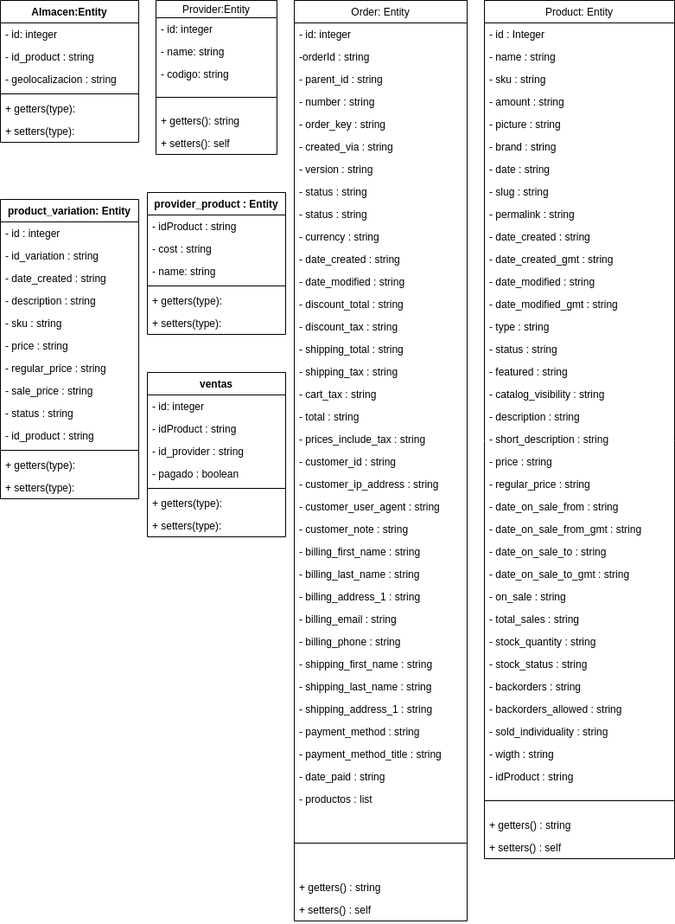
Above: diagramas/diagramaEntity.png in devcubamodela/gestion.cubamodela (draw.io), before the change. Source tidied: cells renumbered, new cells last; positions are measured from the earlier drawing's top-left corner, leaving out a move shared by most shapes.
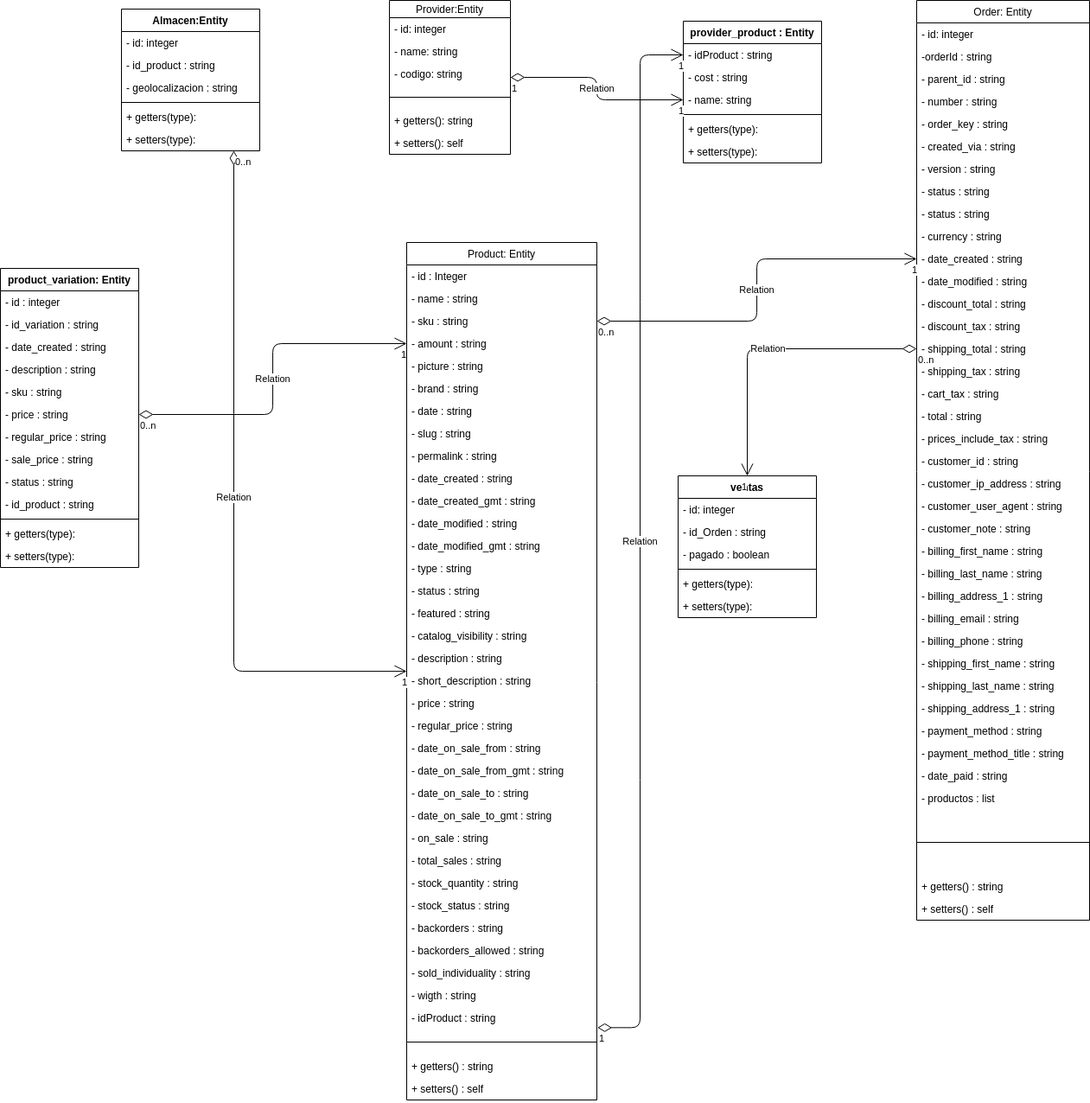
Later version of the same file.

The edit, as a diff of the source:
```diff
@@ -3,7 +3,7 @@
     <mxCell id="0" />
     <mxCell id="1" parent="0" />
     <mxCell id="2" value="Provider:Entity" style="swimlane;fontStyle=0;horizontal=1;startSize=20;fillColor=none;" parent="1" vertex="1">
-      <mxGeometry x="180" width="140" height="178" as="geometry" />
+      <mxGeometry x="70" y="-10" width="140" height="178" as="geometry" />
     </mxCell>
     <mxCell id="3" value="- id: integer" style="text;strokeColor=none;fillColor=none;align=left;verticalAlign=top;spacingLeft=4;spacingRight=4;overflow=hidden;" parent="2" vertex="1">
       <mxGeometry y="20" width="140" height="26" as="geometry" />
@@ -24,7 +24,7 @@
       <mxGeometry y="152" width="140" height="26" as="geometry" />
     </mxCell>
     <mxCell id="9" value="Order: Entity" style="swimlane;fontStyle=0;horizontal=1;startSize=26;fillColor=none;" parent="1" vertex="1">
-      <mxGeometry x="340" width="200" height="1064" as="geometry" />
+      <mxGeometry x="680" y="-10" width="200" height="1064" as="geometry" />
     </mxCell>
     <mxCell id="10" value="- id: integer" style="text;strokeColor=none;fillColor=none;align=left;verticalAlign=top;spacingLeft=4;spacingRight=4;overflow=hidden;" parent="9" vertex="1">
       <mxGeometry y="26" width="200" height="26" as="geometry" />
@@ -141,7 +141,7 @@
       <mxGeometry y="1038" width="200" height="26" as="geometry" />
     </mxCell>
     <mxCell id="48" value="Product: Entity" style="swimlane;fontStyle=0;horizontal=1;startSize=26;fillColor=none;" parent="1" vertex="1">
-      <mxGeometry x="560" width="220" height="992" as="geometry" />
+      <mxGeometry x="90" y="270" width="220" height="992" as="geometry" />
     </mxCell>
     <mxCell id="49" value="- id : Integer" style="text;strokeColor=none;fillColor=none;align=left;verticalAlign=top;spacingLeft=4;spacingRight=4;overflow=hidden;" parent="48" vertex="1">
       <mxGeometry y="26" width="220" height="26" as="geometry" />
@@ -255,7 +255,7 @@
       <mxGeometry y="966" width="220" height="26" as="geometry" />
     </mxCell>
     <mxCell id="86" value="Almacen:Entity" style="swimlane;fontStyle=1;align=center;verticalAlign=top;horizontal=1;startSize=26;" parent="1" vertex="1">
-      <mxGeometry width="160" height="164" as="geometry" />
+      <mxGeometry x="-240" width="160" height="164" as="geometry" />
     </mxCell>
     <mxCell id="87" value="- id: integer" style="text;strokeColor=none;fillColor=none;align=left;verticalAlign=top;spacingLeft=4;spacingRight=4;overflow=hidden;" parent="86" vertex="1">
       <mxGeometry y="26" width="160" height="26" as="geometry" />
@@ -276,7 +276,7 @@
       <mxGeometry y="138" width="160" height="26" as="geometry" />
     </mxCell>
     <mxCell id="93" value="product_variation: Entity" style="swimlane;fontStyle=1;align=center;verticalAlign=top;horizontal=1;startSize=26;" parent="1" vertex="1">
-      <mxGeometry y="230" width="160" height="346" as="geometry" />
+      <mxGeometry x="-380" y="300" width="160" height="346" as="geometry" />
     </mxCell>
     <mxCell id="94" value="- id : integer" style="text;strokeColor=none;fillColor=none;align=left;verticalAlign=top;spacingLeft=4;spacingRight=4;overflow=hidden;" parent="93" vertex="1">
       <mxGeometry y="26" width="160" height="26" as="geometry" />
@@ -318,7 +318,7 @@
       <mxGeometry y="320" width="160" height="26" as="geometry" />
     </mxCell>
     <mxCell id="107" value="provider_product : Entity" style="swimlane;fontStyle=1;align=center;verticalAlign=top;horizontal=1;startSize=26;" parent="1" vertex="1">
-      <mxGeometry x="170" y="222" width="160" height="164" as="geometry" />
+      <mxGeometry x="410" y="14" width="160" height="164" as="geometry" />
     </mxCell>
     <mxCell id="108" value="- idProduct : string" style="text;strokeColor=none;fillColor=none;align=left;verticalAlign=top;spacingLeft=4;spacingRight=4;overflow=hidden;points=[[0,0.5],[1,0.5]];portConstraint=eastwest;" parent="107" vertex="1">
       <mxGeometry y="26" width="160" height="26" as="geometry" />
@@ -339,28 +339,88 @@
       <mxGeometry y="138" width="160" height="26" as="geometry" />
     </mxCell>
     <mxCell id="114" value="ventas" style="swimlane;fontStyle=1;align=center;verticalAlign=top;horizontal=1;startSize=26;" parent="1" vertex="1">
-      <mxGeometry x="170" y="430" width="160" height="190" as="geometry" />
+      <mxGeometry x="404" y="540" width="160" height="164" as="geometry" />
     </mxCell>
     <mxCell id="115" value="- id: integer" style="text;strokeColor=none;fillColor=none;align=left;verticalAlign=top;spacingLeft=4;spacingRight=4;overflow=hidden;" parent="114" vertex="1">
       <mxGeometry y="26" width="160" height="26" as="geometry" />
     </mxCell>
-    <mxCell id="116" value="- idProduct : string" style="text;strokeColor=none;fillColor=none;align=left;verticalAlign=top;spacingLeft=4;spacingRight=4;overflow=hidden;" parent="114" vertex="1">
-      <mxGeometry y="52" width="160" height="26" as="geometry" />
-    </mxCell>
-    <mxCell id="117" value="- id_provider : string" style="text;strokeColor=none;fillColor=none;align=left;verticalAlign=top;spacingLeft=4;spacingRight=4;overflow=hidden;" parent="114" vertex="1">
-      <mxGeometry y="78" width="160" height="26" as="geometry" />
+    <mxCell id="117" value="- id_Orden : string" style="text;strokeColor=none;fillColor=none;align=left;verticalAlign=top;spacingLeft=4;spacingRight=4;overflow=hidden;" parent="114" vertex="1">
+      <mxGeometry y="52" width="160" height="26" as="geometry" />
     </mxCell>
     <mxCell id="118" value="- pagado : boolean" style="text;strokeColor=none;fillColor=none;align=left;verticalAlign=top;spacingLeft=4;spacingRight=4;overflow=hidden;" parent="114" vertex="1">
-      <mxGeometry y="104" width="160" height="26" as="geometry" />
+      <mxGeometry y="78" width="160" height="26" as="geometry" />
     </mxCell>
     <mxCell id="119" style="line;strokeWidth=1;fillColor=none;align=left;verticalAlign=middle;spacingTop=-1;spacingLeft=3;spacingRight=3;labelPosition=right;strokeColor=inherit;" parent="114" vertex="1">
-      <mxGeometry y="130" width="160" height="8" as="geometry" />
+      <mxGeometry y="104" width="160" height="8" as="geometry" />
     </mxCell>
     <mxCell id="120" value="+ getters(type): " style="text;strokeColor=none;fillColor=none;align=left;verticalAlign=top;spacingLeft=4;spacingRight=4;overflow=hidden;" parent="114" vertex="1">
-      <mxGeometry y="138" width="160" height="26" as="geometry" />
+      <mxGeometry y="112" width="160" height="26" as="geometry" />
     </mxCell>
     <mxCell id="121" value="+ setters(type): " style="text;strokeColor=none;fillColor=none;align=left;verticalAlign=top;spacingLeft=4;spacingRight=4;overflow=hidden;" parent="114" vertex="1">
-      <mxGeometry y="164" width="160" height="26" as="geometry" />
+      <mxGeometry y="138" width="160" height="26" as="geometry" />
     </mxCell>
+    <mxCell id="122" value="Relation" style="endArrow=open;html=1;endSize=12;startArrow=diamondThin;startSize=14;startFill=0;edgeStyle=orthogonalEdgeStyle;exitX=1;exitY=0.5;exitDx=0;exitDy=0;entryX=0;entryY=0.5;entryDx=0;entryDy=0;" parent="1" edge="1" source="99" target="52">
+      <mxGeometry relative="1" as="geometry" />
+    </mxCell>
+    <mxCell id="123" value="0..n" style="edgeLabel;html=1;align=left;verticalAlign=top;" parent="122" vertex="1">
+      <mxGeometry x="-1" relative="1" as="geometry" />
+    </mxCell>
+    <mxCell id="124" value="1" style="edgeLabel;html=1;align=right;verticalAlign=top;" parent="122" vertex="1">
+      <mxGeometry x="1" relative="1" as="geometry" />
+    </mxCell>
+    <mxCell id="125" value="Relation" style="endArrow=open;html=1;endSize=12;startArrow=diamondThin;startSize=14;startFill=0;edgeStyle=orthogonalEdgeStyle;exitX=1.003;exitY=0.936;exitDx=0;exitDy=0;exitPerimeter=0;" parent="1" edge="1" source="82" target="108">
+      <mxGeometry relative="1" as="geometry">
+        <Array as="points">
+          <mxPoint x="360" y="1178" />
+          <mxPoint x="360" y="53" />
+        </Array>
+      </mxGeometry>
+    </mxCell>
+    <mxCell id="126" value="1" style="edgeLabel;html=1;align=left;verticalAlign=top;" parent="125" vertex="1">
+      <mxGeometry x="-1" relative="1" as="geometry" />
+    </mxCell>
+    <mxCell id="127" value="1" style="edgeLabel;html=1;align=right;verticalAlign=top;" parent="125" vertex="1">
+      <mxGeometry x="1" relative="1" as="geometry" />
+    </mxCell>
+    <mxCell id="128" value="Relation" style="endArrow=open;html=1;endSize=12;startArrow=diamondThin;startSize=14;startFill=0;edgeStyle=orthogonalEdgeStyle;entryX=0;entryY=0.5;entryDx=0;entryDy=0;" parent="1" edge="1" source="2" target="110">
+      <mxGeometry relative="1" as="geometry" />
+    </mxCell>
+    <mxCell id="129" value="1" style="edgeLabel;html=1;align=left;verticalAlign=top;" parent="128" vertex="1">
+      <mxGeometry x="-1" relative="1" as="geometry" />
+    </mxCell>
+    <mxCell id="130" value="1" style="edgeLabel;html=1;align=right;verticalAlign=top;" parent="128" vertex="1">
+      <mxGeometry x="1" relative="1" as="geometry" />
+    </mxCell>
+    <mxCell id="131" value="Relation" style="endArrow=open;html=1;endSize=12;startArrow=diamondThin;startSize=14;startFill=0;edgeStyle=orthogonalEdgeStyle;exitX=1;exitY=0.5;exitDx=0;exitDy=0;entryX=0;entryY=0.5;entryDx=0;entryDy=0;" parent="1" edge="1" source="51" target="20">
+      <mxGeometry relative="1" as="geometry" />
+    </mxCell>
+    <mxCell id="132" value="0..n" style="edgeLabel;html=1;align=left;verticalAlign=top;" parent="131" vertex="1">
+      <mxGeometry x="-1" relative="1" as="geometry" />
+    </mxCell>
+    <mxCell id="133" value="1" style="edgeLabel;html=1;align=right;verticalAlign=top;" parent="131" vertex="1">
+      <mxGeometry x="1" relative="1" as="geometry" />
+    </mxCell>
+    <mxCell id="134" value="Relation" style="endArrow=open;html=1;endSize=12;startArrow=diamondThin;startSize=14;startFill=0;edgeStyle=orthogonalEdgeStyle;exitX=0;exitY=0.5;exitDx=0;exitDy=0;entryX=0.5;entryY=0;entryDx=0;entryDy=0;" parent="1" edge="1" source="24" target="114">
+      <mxGeometry relative="1" as="geometry" />
+    </mxCell>
+    <mxCell id="135" value="0..n" style="edgeLabel;html=1;align=left;verticalAlign=top;" parent="134" vertex="1">
+      <mxGeometry x="-1" relative="1" as="geometry" />
+    </mxCell>
+    <mxCell id="136" value="1" style="edgeLabel;html=1;align=right;verticalAlign=top;" parent="134" vertex="1">
+      <mxGeometry x="1" relative="1" as="geometry" />
+    </mxCell>
+    <mxCell id="137" value="Relation" style="endArrow=open;html=1;endSize=12;startArrow=diamondThin;startSize=14;startFill=0;edgeStyle=orthogonalEdgeStyle;" parent="1" edge="1" source="86" target="48">
+      <mxGeometry relative="1" as="geometry">
+        <Array as="points">
+          <mxPoint x="-110" y="766" />
+        </Array>
+      </mxGeometry>
+    </mxCell>
+    <mxCell id="138" value="0..n" style="edgeLabel;html=1;align=left;verticalAlign=top;" parent="137" vertex="1">
+      <mxGeometry x="-1" relative="1" as="geometry" />
+    </mxCell>
+    <mxCell id="139" value="1" style="edgeLabel;html=1;align=right;verticalAlign=top;" parent="137" vertex="1">
+      <mxGeometry x="1" relative="1" as="geometry" />
+    </mxCell>
   </root>
 </mxGraphModel>
```
